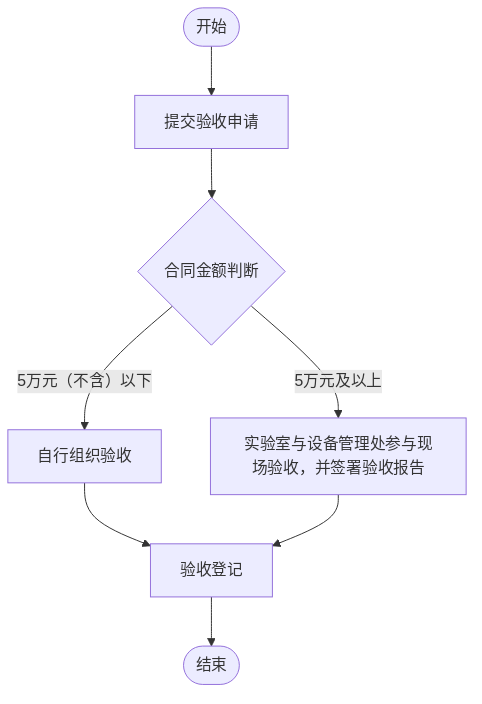
Before: outline2flow/flow_outputs/page_35.png, a diagram exported from Mermaid (AmyIvan/work1). Its source is kept beside it as outline2flow/mmd_outputs/page_35.mmd. Source of this version:
```mermaid
flowchart TD
    Start(["开始"]) --> Submit["提交验收申请"]
    Submit --> Judge{"合同金额判断"}
    Judge -->|5万元（不含）以下| SelfOrganize["自行组织验收"]
    Judge -->|5万元及以上| LabParticipate["实验室与设备管理处参与现场验收，并签署验收报告"]
    SelfOrganize --> Register["验收登记"]
    LabParticipate --> Register
    Register --> End(["结束"])
```
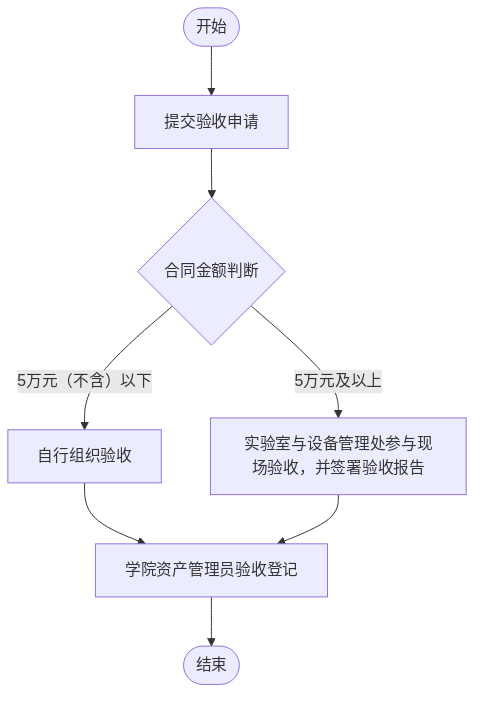
The same file after the commit.

The edit, as a diff of the source:
```diff
@@ -1,8 +1,16 @@
 flowchart TD
-    Start(["开始"]) --> Submit["提交验收申请"]
-    Submit --> Judge{"合同金额判断"}
-    Judge -->|5万元（不含）以下| SelfOrganize["自行组织验收"]
-    Judge -->|5万元及以上| LabParticipate["实验室与设备管理处参与现场验收，并签署验收报告"]
-    SelfOrganize --> Register["验收登记"]
-    LabParticipate --> Register
-    Register --> End(["结束"])
+    开始([开始])
+    提交验收申请[提交验收申请]
+    合同金额判断{合同金额判断}
+    自行组织验收[自行组织验收]
+    实验室与设备管理处参与现场验收[实验室与设备管理处参与现场验收，并签署验收报告]
+    学院资产管理员验收登记[学院资产管理员验收登记]
+    结束([结束])
+
+    开始 --> 提交验收申请
+    提交验收申请 --> 合同金额判断
+    合同金额判断 -- 5万元（不含）以下 --> 自行组织验收
+    合同金额判断 -- 5万元及以上 --> 实验室与设备管理处参与现场验收
+    自行组织验收 --> 学院资产管理员验收登记
+    实验室与设备管理处参与现场验收 --> 学院资产管理员验收登记
+    学院资产管理员验收登记 --> 结束
```
